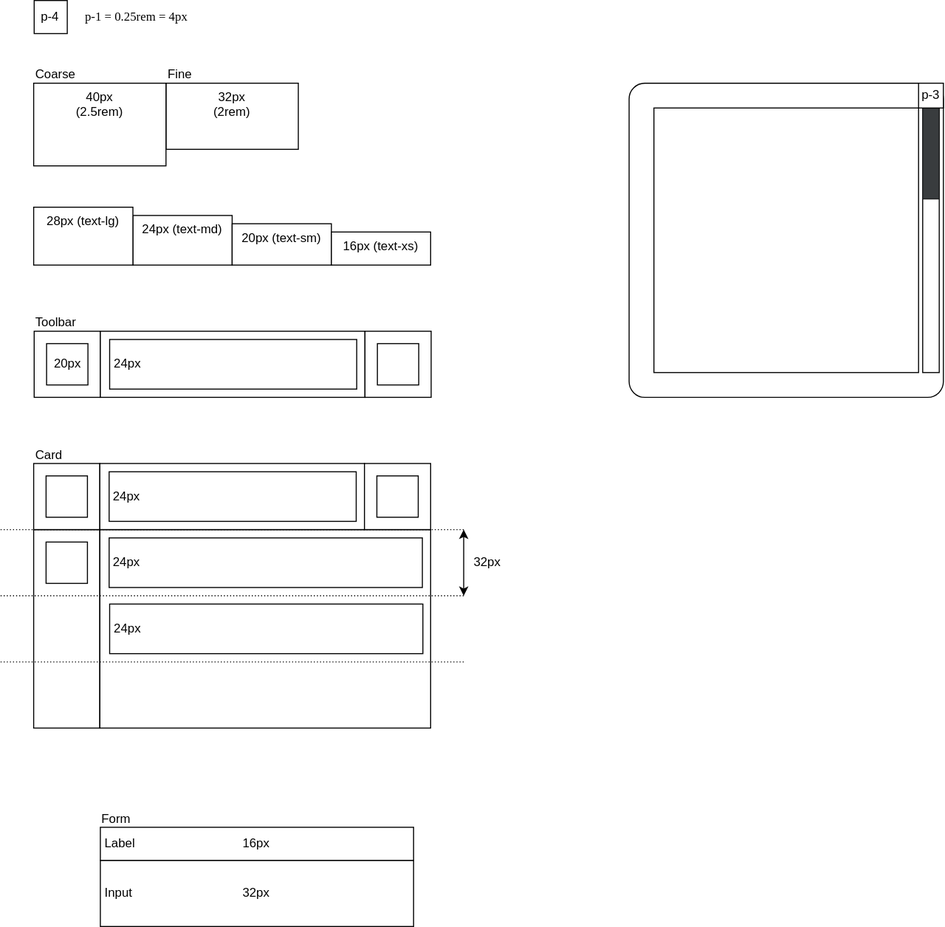
The draw.io diagram packages/ui/ui-theme/src/docs/layout.drawio.svg in dxos/dxos, before a commit. Source tidied: cells renumbered, new cells last; positions are measured from the earlier drawing's top-left corner, leaving out a move shared by most shapes.
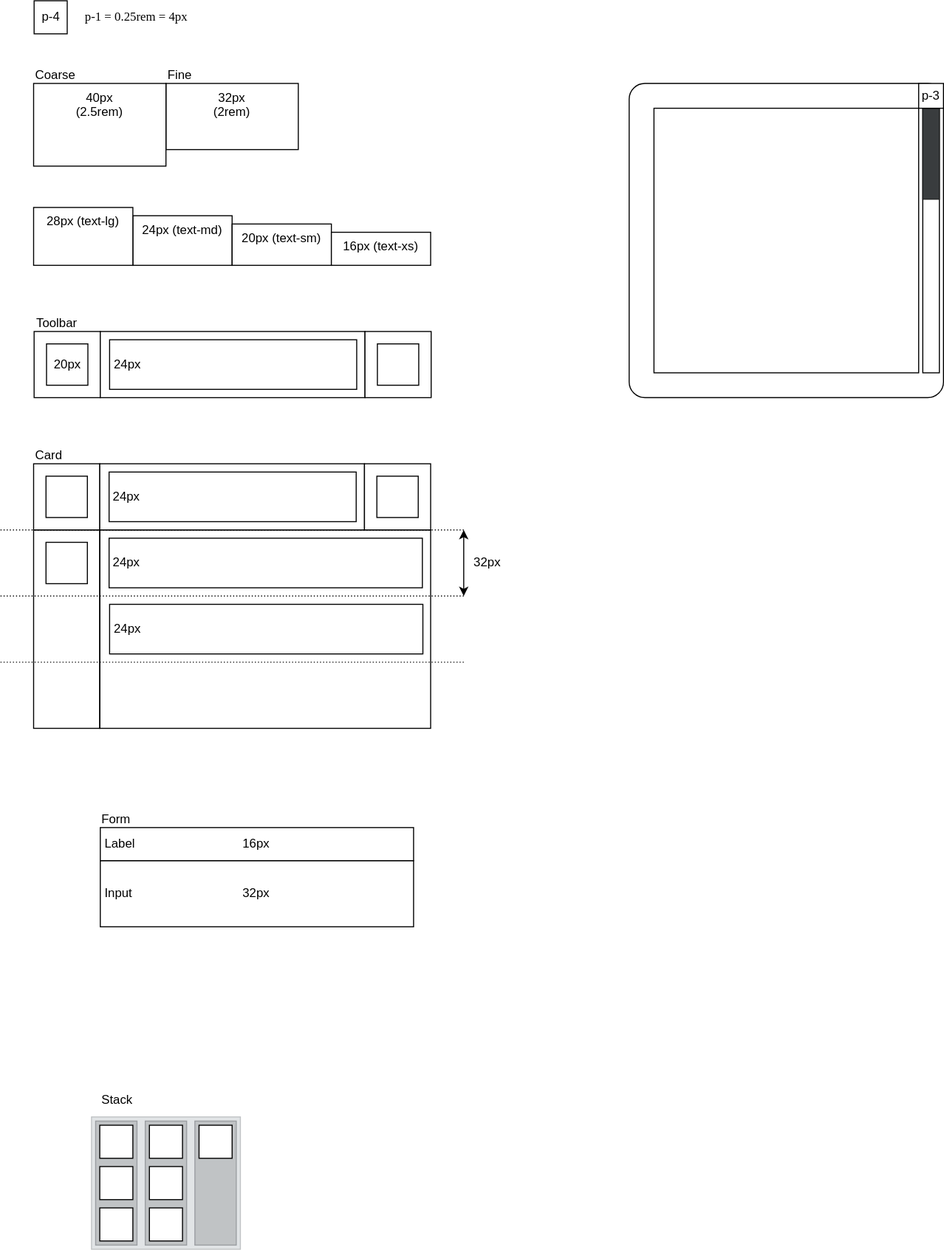
The same diagram one commit later.

What changed in the source:
```diff
@@ -2,6 +2,18 @@
   <root>
     <mxCell id="0" />
     <mxCell id="1" parent="0" />
+    <mxCell id="46" style="rounded=0;whiteSpace=wrap;html=1;fillColor=#E1E4E6;fontColor=#000000;strokeColor=#C0C3C5;" parent="1" vertex="1">
+      <mxGeometry x="88" y="1080" width="144" height="128" as="geometry" />
+    </mxCell>
+    <mxCell id="47" style="rounded=0;whiteSpace=wrap;html=1;fillColor=#C0C3C5;fontColor=#000000;strokeColor=#9B9EA2;" parent="1" vertex="1">
+      <mxGeometry x="188" y="1084" width="40" height="120" as="geometry" />
+    </mxCell>
+    <mxCell id="48" style="rounded=0;whiteSpace=wrap;html=1;fillColor=#C0C3C5;fontColor=#000000;strokeColor=#9B9EA2;" parent="1" vertex="1">
+      <mxGeometry x="140" y="1084" width="40" height="120" as="geometry" />
+    </mxCell>
+    <mxCell id="49" style="rounded=0;whiteSpace=wrap;html=1;fillColor=#C0C3C5;fontColor=#000000;strokeColor=#9B9EA2;" parent="1" vertex="1">
+      <mxGeometry x="92" y="1084" width="40" height="120" as="geometry" />
+    </mxCell>
     <mxCell id="2" value="32px&lt;br&gt;(2rem)" style="rounded=0;whiteSpace=wrap;html=1;verticalAlign=top;" parent="1" vertex="1">
       <mxGeometry x="160" y="80" width="128" height="64" as="geometry" />
     </mxCell>
@@ -146,5 +158,29 @@
     <mxCell id="45" value="p-3" style="rounded=0;whiteSpace=wrap;html=1;" parent="1" vertex="1">
       <mxGeometry x="888" y="80" width="24" height="24" as="geometry" />
     </mxCell>
+    <mxCell id="50" style="rounded=0;whiteSpace=wrap;html=1;" parent="1" vertex="1">
+      <mxGeometry x="96" y="1088" width="32" height="32" as="geometry" />
+    </mxCell>
+    <mxCell id="51" style="rounded=0;whiteSpace=wrap;html=1;" parent="1" vertex="1">
+      <mxGeometry x="96" y="1128" width="32" height="32" as="geometry" />
+    </mxCell>
+    <mxCell id="52" style="rounded=0;whiteSpace=wrap;html=1;" parent="1" vertex="1">
+      <mxGeometry x="96" y="1168" width="32" height="32" as="geometry" />
+    </mxCell>
+    <mxCell id="53" style="rounded=0;whiteSpace=wrap;html=1;" parent="1" vertex="1">
+      <mxGeometry x="144" y="1088" width="32" height="32" as="geometry" />
+    </mxCell>
+    <mxCell id="54" style="rounded=0;whiteSpace=wrap;html=1;" parent="1" vertex="1">
+      <mxGeometry x="144" y="1128" width="32" height="32" as="geometry" />
+    </mxCell>
+    <mxCell id="55" style="rounded=0;whiteSpace=wrap;html=1;" parent="1" vertex="1">
+      <mxGeometry x="144" y="1168" width="32" height="32" as="geometry" />
+    </mxCell>
+    <mxCell id="56" style="rounded=0;whiteSpace=wrap;html=1;" parent="1" vertex="1">
+      <mxGeometry x="192" y="1088" width="32" height="32" as="geometry" />
+    </mxCell>
+    <mxCell id="57" value="Stack" style="rounded=0;whiteSpace=wrap;html=1;fillColor=none;strokeColor=none;align=left;" parent="1" vertex="1">
+      <mxGeometry x="96" y="1056" width="120" height="16" as="geometry" />
+    </mxCell>
   </root>
 </mxGraphModel>
```
